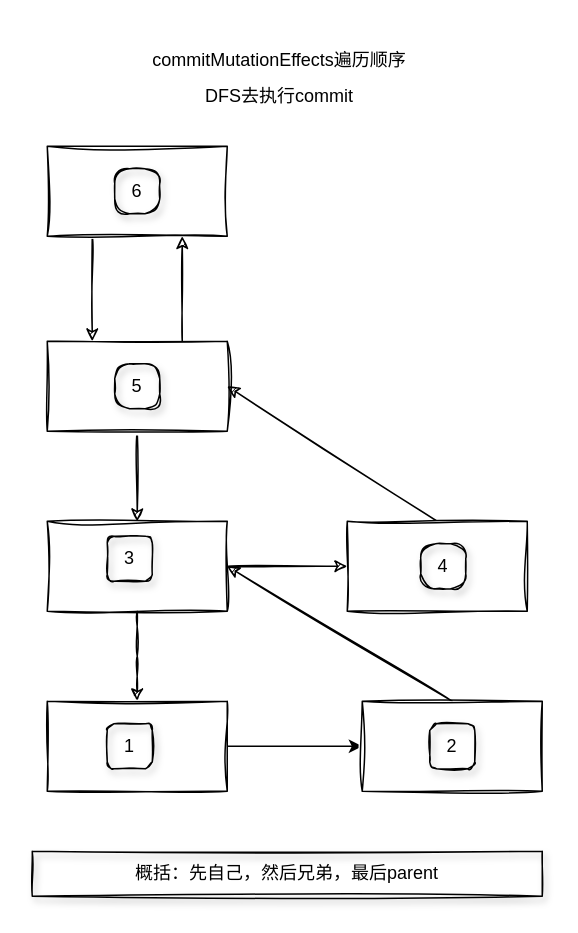
Earlier version of the draw.io diagram 未命名绘图.drawio (StoryKing123/draw-io). Source tidied: cells renumbered, new cells numbered last; positions are measured from the earlier drawing's top-left corner, leaving out a move shared by most shapes. Both pictures are drawn from the tidied source at 150%, with x=0, y=0 at pixel (32, 26).
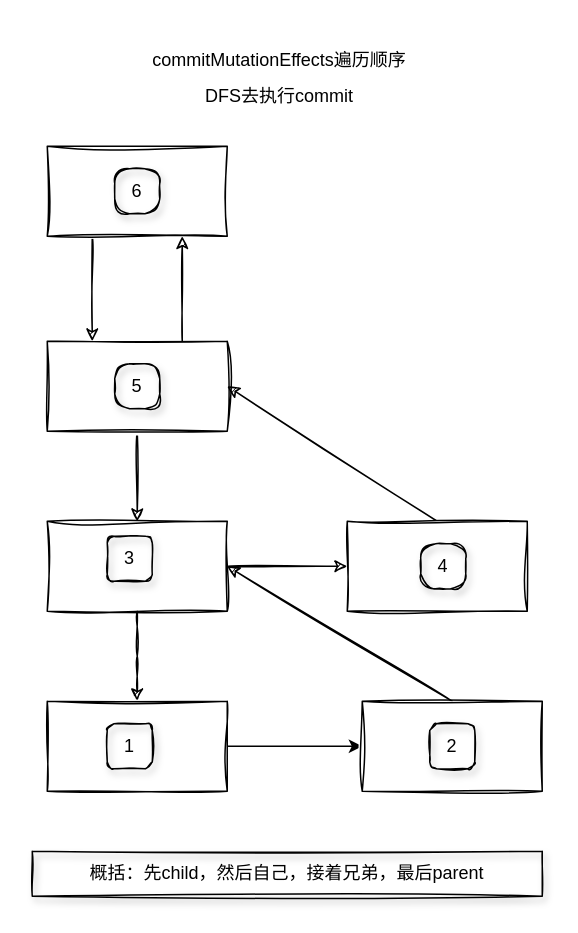
Above is the later version.

Commit message:
更新未命名绘图.drawio

What changed in the source:
```diff
@@
-    <mxCell id="12" value="概括：先自己，然后兄弟，最后parent" style="text;html=1;strokeColor=default;fillColor=none;align=center;verticalAlign=middle;whiteSpace=wrap;rounded=0;glass=0;sketch=1;shadow=1;" parent="1" vertex="1">
+    <mxCell id="12" value="概括：先child，然后自己，接着兄弟，最后parent" style="text;html=1;strokeColor=default;fillColor=none;align=center;verticalAlign=middle;whiteSpace=wrap;rounded=0;glass=0;sketch=1;shadow=1;" parent="1" vertex="1">
       <mxGeometry y="550" width="340" height="30" as="geometry" />
     </mxCell>
```
